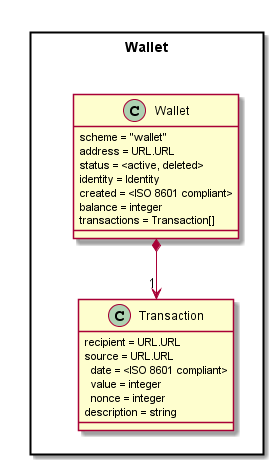
Earlier version of the PlantUML export datamodel/data-objects/wallet/Wallet-Data-Object-Model.png (reTHINK-project/specs).
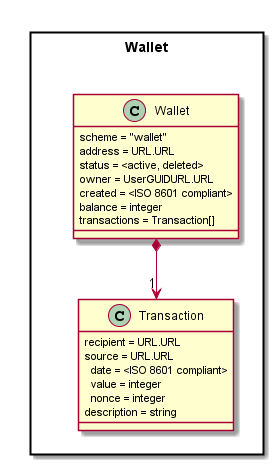
Later version of the same file.

Commit message:
wallet model: replaced identity by owner GUID URL

The edit, as a diff of the source:
```diff
@@ -6,7 +6,7 @@
 	  scheme = "wallet"
 		address = URL.URL
 		status = <active, deleted>
-		identity = Identity
+		owner = UserGUIDURL.URL
 		created = <ISO 8601 compliant>
 		balance = integer
 		transactions = Transaction[]
```
